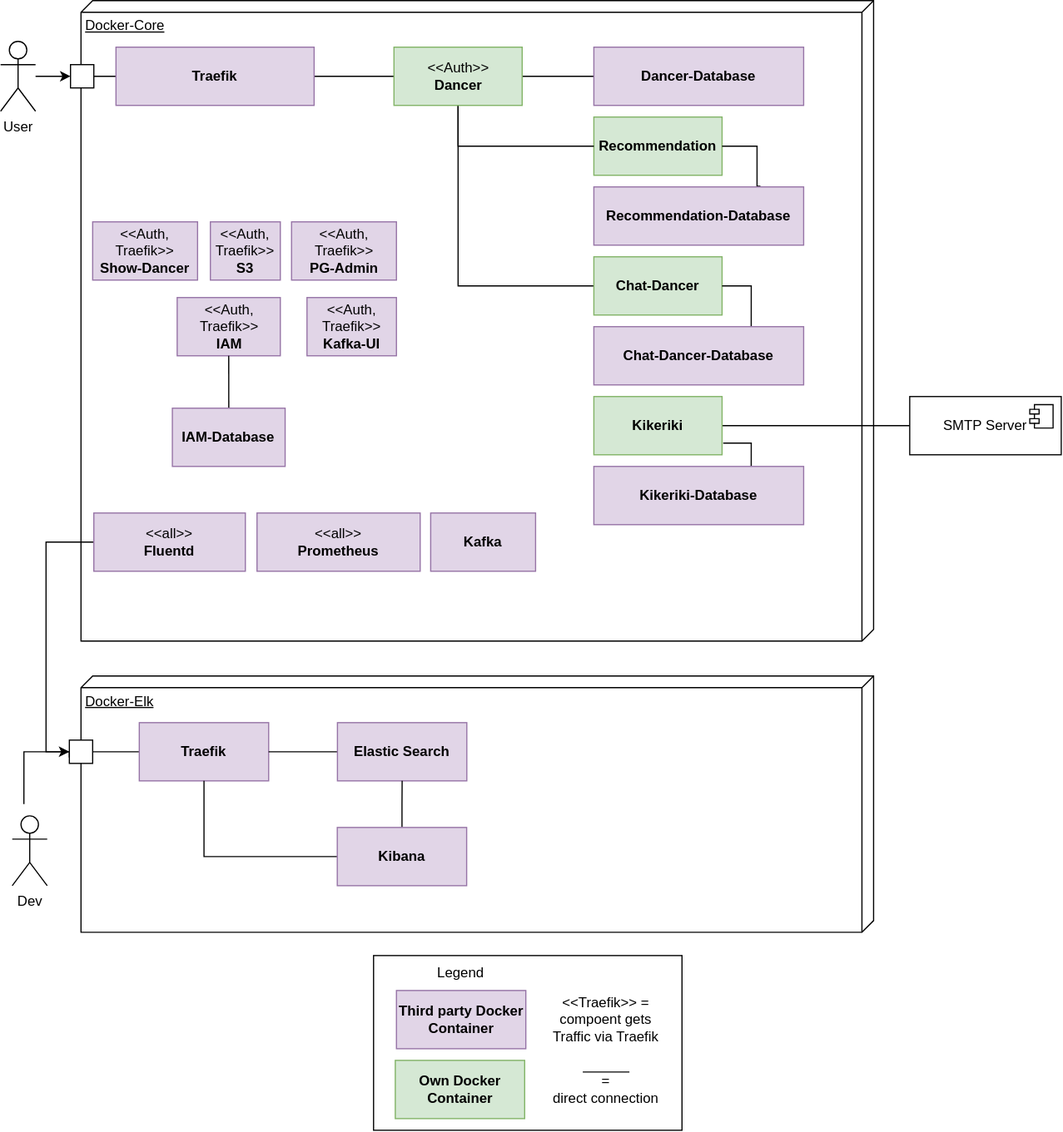
Earlier version of the draw.io export src/main/jbake/content/documentation/arc42/images/deployment.drawio.svg (dancier/documentation). Source tidied: cells renumbered, new cells last; positions are measured from the earlier drawing's top-left corner, leaving out a move shared by most shapes.
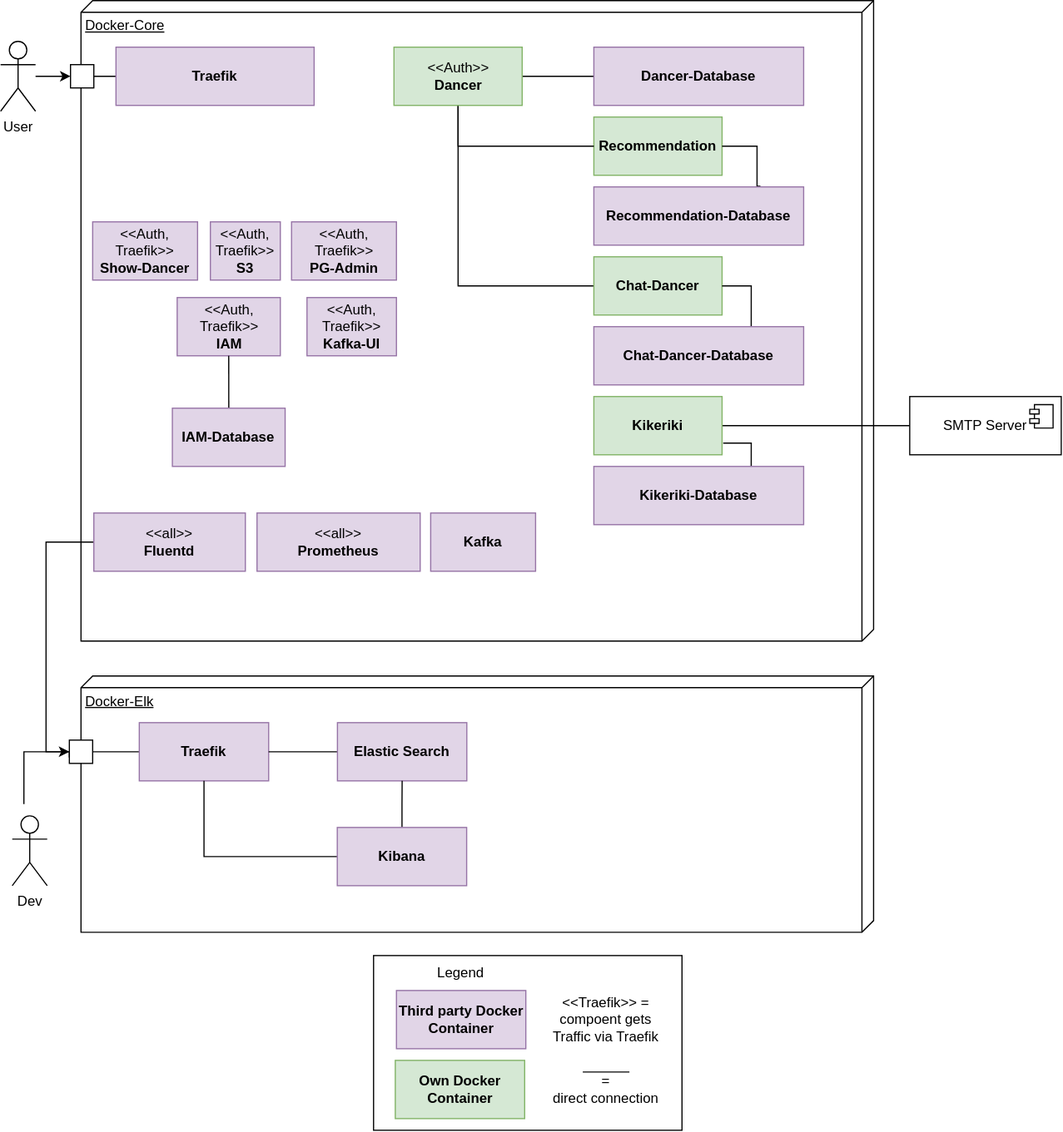
Later version of the same file.

Diff of the diagram source:
```diff
@@ -8,9 +8,6 @@
     <mxCell id="3" value="&amp;lt;&amp;lt;Auth, Traefik&amp;gt;&amp;gt;&lt;br&gt;&lt;b&gt;S3&lt;/b&gt;" style="html=1;whiteSpace=wrap;fillColor=#e1d5e7;strokeColor=#9673a6;" parent="1" vertex="1">
       <mxGeometry x="180" y="190" width="60" height="50" as="geometry" />
     </mxCell>
-    <mxCell id="4" style="edgeStyle=orthogonalEdgeStyle;rounded=0;jettySize=auto;html=1;entryX=0;entryY=0.5;entryDx=0;entryDy=0;endArrow=none;endFill=0;" parent="1" edge="1" source="6" target="25">
-      <mxGeometry relative="1" as="geometry" />
-    </mxCell>
     <mxCell id="5" style="edgeStyle=orthogonalEdgeStyle;rounded=0;jettySize=auto;html=1;entryX=1;entryY=0.5;entryDx=0;entryDy=0;endArrow=none;endFill=0;" parent="1" edge="1" source="6" target="33">
       <mxGeometry relative="1" as="geometry" />
     </mxCell>
```
